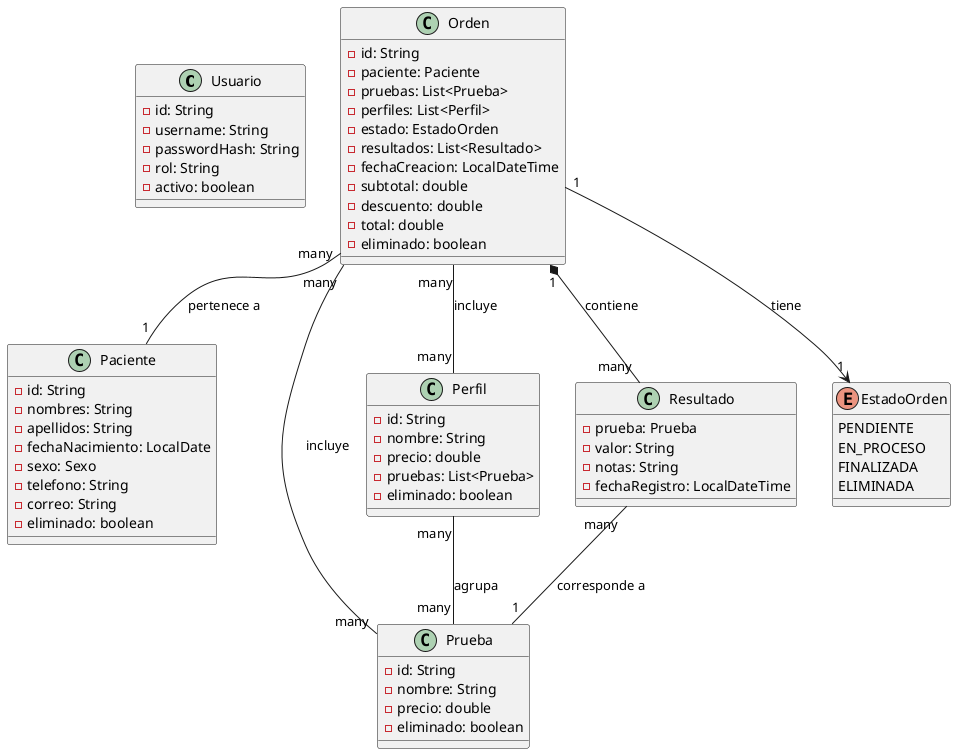
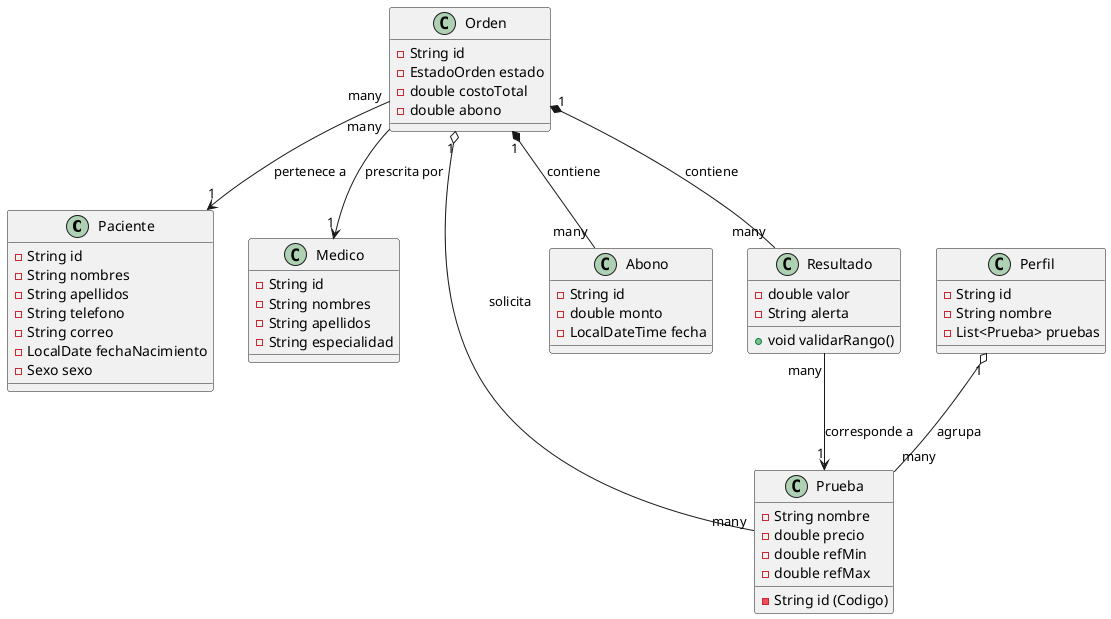
@startuml
- class Usuario {
-   - id: String
-   - username: String
-   - passwordHash: String
-   - rol: String
-   - activo: boolean
+ class Paciente {
+   - String id
+   - String nombres
+   - String apellidos
+   - String telefono
+   - String correo
+   - LocalDate fechaNacimiento
+   - Sexo sexo
}

- class Paciente {
-   - id: String
-   - nombres: String
-   - apellidos: String
-   - fechaNacimiento: LocalDate
-   - sexo: Sexo
-   - telefono: String
-   - correo: String
-   - eliminado: boolean
+ class Medico {
+   - String id
+   - String nombres
+   - String apellidos
+   - String especialidad
}

class Prueba {
-   - id: String
-   - nombre: String
-   - precio: double
-   - eliminado: boolean
+   - String id (Codigo)
+   - String nombre
+   - double precio
+   - double refMin
+   - double refMax
}

class Perfil {
-   - id: String
-   - nombre: String
-   - precio: double
-   - pruebas: List<Prueba>
-   - eliminado: boolean
+   - String id
+   - String nombre
+   - List<Prueba> pruebas
}

class Orden {
-   - id: String
-   - paciente: Paciente
-   - pruebas: List<Prueba>
-   - perfiles: List<Perfil>
-   - estado: EstadoOrden
-   - resultados: List<Resultado>
-   - fechaCreacion: LocalDateTime
-   - subtotal: double
-   - descuento: double
-   - total: double
-   - eliminado: boolean
+   - String id
+   - EstadoOrden estado
+   - double costoTotal
+   - double abono
+ }
+ 
+ class Abono {
+   - String id
+   - double monto
+   - LocalDateTime fecha
}

class Resultado {
-   - prueba: Prueba
-   - valor: String
-   - notas: String
-   - fechaRegistro: LocalDateTime
+   - double valor
+   - String alerta
+   + void validarRango()
}

- enum EstadoOrden {
-   PENDIENTE
-   EN_PROCESO
-   FINALIZADA
-   ELIMINADA
- }
- 
+ Orden "1" *-- "many" Abono : contiene
Orden "1" *-- "many" Resultado : contiene
- Orden "many" -- "1" Paciente : pertenece a
- Orden "many" -- "many" Prueba : incluye
- Orden "many" -- "many" Perfil : incluye
- Resultado "many" -- "1" Prueba : corresponde a
- Orden "1" --> "1" EstadoOrden : tiene
- Perfil "many" -- "many" Prueba : agrupa
+ Orden "1" o-- "many" Prueba : solicita
+ Orden "many" --> "1" Paciente : pertenece a
+ Orden "many" --> "1" Medico : prescrita por
+ Resultado "many" --> "1" Prueba : corresponde a
+ Perfil "1" o-- "many" Prueba : agrupa
@enduml
